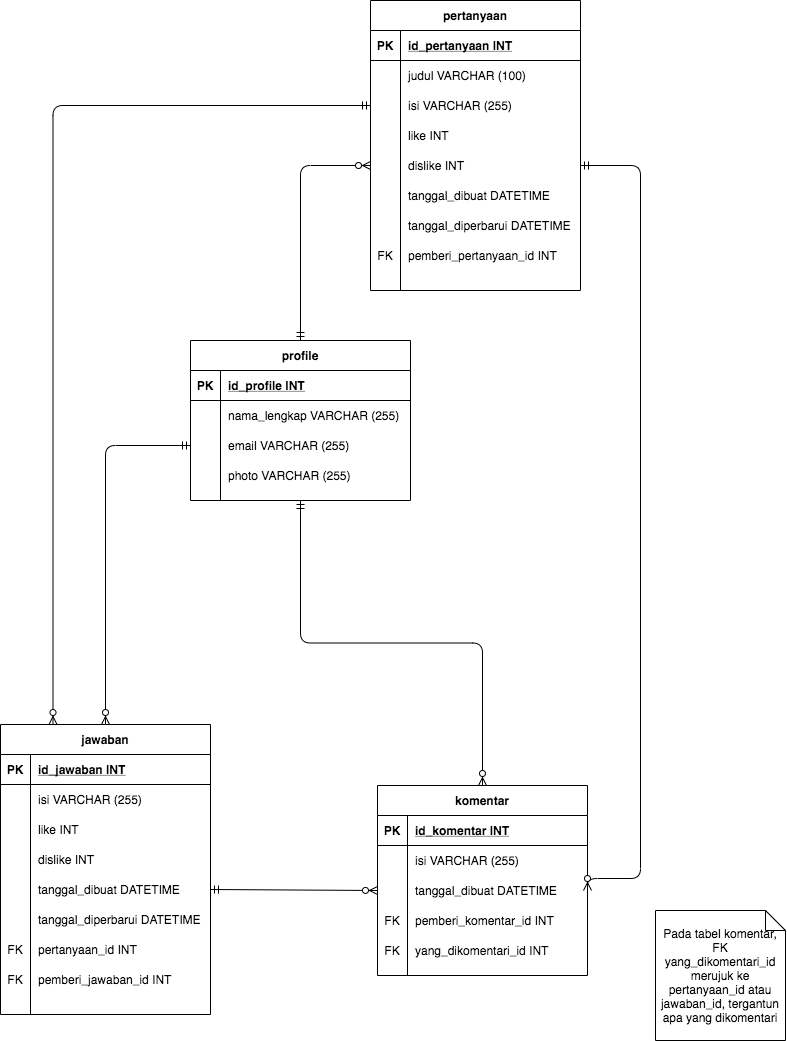
This is Untitled Diagram.png from rizqi-111/sql-sanbercode, a draw.io export, as it was before one commit. Source tidied: cells renumbered, new cells last; positions are measured from the earlier drawing's top-left corner, leaving out a move shared by most shapes. Source of this version:
```xml
<mxGraphModel>
  <root>
    <mxCell id="0" />
    <mxCell id="1" parent="0" />
    <mxCell id="2" style="group;" parent="1" vertex="1">
      <mxGeometry x="370" width="210" height="230" as="geometry" />
    </mxCell>
    <mxCell id="3" value="pertanyaan" style="shape=table;startSize=30;rowLines=0;fontStyle=1;align=center;" parent="2" vertex="1">
      <mxGeometry width="210" height="290" as="geometry" />
    </mxCell>
    <mxCell id="4" style="shape=partialRectangle;fillColor=none;top=0;left=0;bottom=1;right=0;" parent="3" vertex="1">
      <mxGeometry y="30" width="210" height="30" as="geometry" />
    </mxCell>
    <mxCell id="5" value="PK" style="shape=partialRectangle;fillColor=none;top=0;left=0;bottom=0;right=0;fontStyle=1;overflow=hidden;" parent="4" vertex="1">
      <mxGeometry width="30" height="30" as="geometry" />
    </mxCell>
    <mxCell id="6" value="id_pertanyaan INT" style="shape=partialRectangle;fillColor=none;top=0;left=0;bottom=0;right=0;align=left;spacingLeft=6;fontStyle=5;overflow=hidden;" parent="4" vertex="1">
      <mxGeometry x="30" width="180" height="30" as="geometry" />
    </mxCell>
    <mxCell id="7" style="shape=partialRectangle;fillColor=none;top=0;left=0;bottom=0;right=0;" parent="3" vertex="1">
      <mxGeometry y="60" width="210" height="30" as="geometry" />
    </mxCell>
    <mxCell id="8" style="shape=partialRectangle;fillColor=none;top=0;left=0;bottom=0;right=0;overflow=hidden;" parent="7" vertex="1">
      <mxGeometry width="30" height="30" as="geometry" />
    </mxCell>
    <mxCell id="9" value="judul VARCHAR (100)" style="shape=partialRectangle;fillColor=none;top=0;left=0;bottom=0;right=0;align=left;spacingLeft=6;overflow=hidden;" parent="7" vertex="1">
      <mxGeometry x="30" width="180" height="30" as="geometry" />
    </mxCell>
    <mxCell id="10" style="shape=partialRectangle;fillColor=none;top=0;left=0;bottom=0;right=0;points=[[0,0.5],[1,0.5]];portConstraint=eastwest;" parent="3" vertex="1">
      <mxGeometry y="90" width="210" height="30" as="geometry" />
    </mxCell>
    <mxCell id="11" style="shape=partialRectangle;fillColor=none;top=0;left=0;bottom=0;right=0;overflow=hidden;" parent="10" vertex="1">
      <mxGeometry width="30" height="30" as="geometry" />
    </mxCell>
    <mxCell id="12" value="isi VARCHAR (255)" style="shape=partialRectangle;fillColor=none;top=0;left=0;bottom=0;right=0;align=left;spacingLeft=6;overflow=hidden;" parent="10" vertex="1">
      <mxGeometry x="30" width="180" height="30" as="geometry" />
    </mxCell>
    <mxCell id="13" style="shape=partialRectangle;fillColor=none;top=0;left=0;bottom=0;right=0;" parent="3" vertex="1">
      <mxGeometry y="120" width="210" height="30" as="geometry" />
    </mxCell>
    <mxCell id="14" style="shape=partialRectangle;fillColor=none;top=0;left=0;bottom=0;right=0;overflow=hidden;" parent="13" vertex="1">
      <mxGeometry width="30" height="30" as="geometry" />
    </mxCell>
    <mxCell id="15" value="like INT" style="shape=partialRectangle;fillColor=none;top=0;left=0;bottom=0;right=0;align=left;spacingLeft=6;overflow=hidden;" parent="13" vertex="1">
      <mxGeometry x="30" width="180" height="30" as="geometry" />
    </mxCell>
    <mxCell id="16" style="shape=partialRectangle;fillColor=none;top=0;left=0;bottom=0;right=0;points=[[0,0.5],[1,0.5]];portConstraint=eastwest;" parent="3" vertex="1">
      <mxGeometry y="150" width="210" height="30" as="geometry" />
    </mxCell>
    <mxCell id="17" style="shape=partialRectangle;fillColor=none;top=0;left=0;bottom=0;right=0;overflow=hidden;" parent="16" vertex="1">
      <mxGeometry width="30" height="30" as="geometry" />
    </mxCell>
    <mxCell id="18" value="dislike INT" style="shape=partialRectangle;fillColor=none;top=0;left=0;bottom=0;right=0;align=left;spacingLeft=6;overflow=hidden;" parent="16" vertex="1">
      <mxGeometry x="30" width="180" height="30" as="geometry" />
    </mxCell>
    <mxCell id="19" style="shape=partialRectangle;fillColor=none;top=0;left=0;bottom=0;right=0;" parent="3" vertex="1">
      <mxGeometry y="180" width="210" height="30" as="geometry" />
    </mxCell>
    <mxCell id="20" style="shape=partialRectangle;fillColor=none;top=0;left=0;bottom=0;right=0;overflow=hidden;" parent="19" vertex="1">
      <mxGeometry width="30" height="30" as="geometry" />
    </mxCell>
    <mxCell id="21" value="tanggal_dibuat DATETIME" style="shape=partialRectangle;fillColor=none;top=0;left=0;bottom=0;right=0;align=left;spacingLeft=6;overflow=hidden;" parent="19" vertex="1">
      <mxGeometry x="30" width="180" height="30" as="geometry" />
    </mxCell>
    <mxCell id="22" style="shape=partialRectangle;fillColor=none;top=0;left=0;bottom=0;right=0;" parent="3" vertex="1">
      <mxGeometry y="210" width="210" height="30" as="geometry" />
    </mxCell>
    <mxCell id="23" style="shape=partialRectangle;fillColor=none;top=0;left=0;bottom=0;right=0;overflow=hidden;" parent="22" vertex="1">
      <mxGeometry width="30" height="30" as="geometry" />
    </mxCell>
    <mxCell id="24" value="tanggal_diperbarui DATETIME" style="shape=partialRectangle;fillColor=none;top=0;left=0;bottom=0;right=0;align=left;spacingLeft=6;overflow=hidden;" parent="22" vertex="1">
      <mxGeometry x="30" width="180" height="30" as="geometry" />
    </mxCell>
    <mxCell id="25" style="shape=partialRectangle;fillColor=none;top=0;left=0;bottom=0;right=0;" parent="3" vertex="1">
      <mxGeometry y="240" width="210" height="30" as="geometry" />
    </mxCell>
    <mxCell id="26" value="FK" style="shape=partialRectangle;fillColor=none;top=0;left=0;bottom=0;right=0;fontStyle=0;overflow=hidden;" parent="25" vertex="1">
      <mxGeometry width="30" height="30" as="geometry" />
    </mxCell>
    <mxCell id="27" value="pemberi_pertanyaan_id INT" style="shape=partialRectangle;fillColor=none;top=0;left=0;bottom=0;right=0;align=left;spacingLeft=6;fontStyle=0;overflow=hidden;" parent="25" vertex="1">
      <mxGeometry x="30" width="180" height="30" as="geometry" />
    </mxCell>
    <mxCell id="28" style="shape=partialRectangle;fillColor=none;top=0;left=0;bottom=0;right=0;" parent="2" vertex="1">
      <mxGeometry y="155" width="200" height="30" as="geometry" />
    </mxCell>
    <mxCell id="29" style="shape=partialRectangle;fillColor=none;top=0;left=0;bottom=0;right=0;overflow=hidden;" parent="28" vertex="1">
      <mxGeometry width="30" height="30" as="geometry" />
    </mxCell>
    <mxCell id="30" style="fontSize=12;html=1;endArrow=ERzeroToMany;startArrow=ERmandOne;exitX=0.5;exitY=0;exitDx=0;exitDy=0;entryX=0;entryY=0.5;entryDx=0;entryDy=0;edgeStyle=orthogonalEdgeStyle;" parent="1" edge="1" source="76" target="16">
      <mxGeometry relative="1" as="geometry" />
    </mxCell>
    <mxCell id="31" style="fontSize=12;html=1;endArrow=ERzeroToMany;startArrow=ERmandOne;exitX=0.5;exitY=1;exitDx=0;exitDy=0;entryX=0.5;entryY=0;entryDx=0;entryDy=0;edgeStyle=orthogonalEdgeStyle;" parent="1" edge="1" source="76" target="60">
      <mxGeometry relative="1" as="geometry" />
    </mxCell>
    <mxCell id="32" style="fontSize=12;html=1;endArrow=ERzeroToMany;startArrow=ERmandOne;entryX=0;entryY=0.5;entryDx=0;entryDy=0;exitX=1;exitY=0.5;exitDx=0;exitDy=0;" parent="1" edge="1" source="48" target="67">
      <mxGeometry relative="1" as="geometry" />
    </mxCell>
    <mxCell id="33" style="fontSize=12;html=1;endArrow=ERzeroToMany;startArrow=ERmandOne;exitX=0;exitY=0.5;exitDx=0;exitDy=0;entryX=0.5;entryY=0;entryDx=0;entryDy=0;edgeStyle=orthogonalEdgeStyle;" parent="1" edge="1" source="83" target="35">
      <mxGeometry relative="1" as="geometry" />
    </mxCell>
    <mxCell id="34" style="fontSize=12;html=1;endArrow=ERzeroToMany;startArrow=ERmandOne;exitX=0;exitY=0.5;exitDx=0;exitDy=0;entryX=0.25;entryY=0;entryDx=0;entryDy=0;edgeStyle=orthogonalEdgeStyle;" parent="1" edge="1" source="10" target="35">
      <mxGeometry relative="1" as="geometry" />
    </mxCell>
    <mxCell id="35" value="jawaban" style="shape=table;startSize=30;rowLines=0;fontStyle=1;align=center;" parent="1" vertex="1">
      <mxGeometry y="724" width="210" height="290" as="geometry" />
    </mxCell>
    <mxCell id="36" style="shape=partialRectangle;fillColor=none;top=0;left=0;bottom=1;right=0;" parent="35" vertex="1">
      <mxGeometry y="30" width="210" height="30" as="geometry" />
    </mxCell>
    <mxCell id="37" value="PK" style="shape=partialRectangle;fillColor=none;top=0;left=0;bottom=0;right=0;fontStyle=1;overflow=hidden;" parent="36" vertex="1">
      <mxGeometry width="30" height="30" as="geometry" />
    </mxCell>
    <mxCell id="38" value="id_jawaban INT" style="shape=partialRectangle;fillColor=none;top=0;left=0;bottom=0;right=0;align=left;spacingLeft=6;fontStyle=5;overflow=hidden;" parent="36" vertex="1">
      <mxGeometry x="30" width="180" height="30" as="geometry" />
    </mxCell>
    <mxCell id="39" style="shape=partialRectangle;fillColor=none;top=0;left=0;bottom=0;right=0;" parent="35" vertex="1">
      <mxGeometry y="60" width="210" height="30" as="geometry" />
    </mxCell>
    <mxCell id="40" style="shape=partialRectangle;fillColor=none;top=0;left=0;bottom=0;right=0;overflow=hidden;" parent="39" vertex="1">
      <mxGeometry width="30" height="30" as="geometry" />
    </mxCell>
    <mxCell id="41" value="isi VARCHAR (255)" style="shape=partialRectangle;fillColor=none;top=0;left=0;bottom=0;right=0;align=left;spacingLeft=6;overflow=hidden;" parent="39" vertex="1">
      <mxGeometry x="30" width="180" height="30" as="geometry" />
    </mxCell>
    <mxCell id="42" style="shape=partialRectangle;fillColor=none;top=0;left=0;bottom=0;right=0;" parent="35" vertex="1">
      <mxGeometry y="90" width="210" height="30" as="geometry" />
    </mxCell>
    <mxCell id="43" style="shape=partialRectangle;fillColor=none;top=0;left=0;bottom=0;right=0;overflow=hidden;" parent="42" vertex="1">
      <mxGeometry width="30" height="30" as="geometry" />
    </mxCell>
    <mxCell id="44" value="like INT" style="shape=partialRectangle;fillColor=none;top=0;left=0;bottom=0;right=0;align=left;spacingLeft=6;overflow=hidden;" parent="42" vertex="1">
      <mxGeometry x="30" width="180" height="30" as="geometry" />
    </mxCell>
    <mxCell id="45" style="shape=partialRectangle;fillColor=none;top=0;left=0;bottom=0;right=0;" parent="35" vertex="1">
      <mxGeometry y="120" width="210" height="30" as="geometry" />
    </mxCell>
    <mxCell id="46" style="shape=partialRectangle;fillColor=none;top=0;left=0;bottom=0;right=0;overflow=hidden;" parent="45" vertex="1">
      <mxGeometry width="30" height="30" as="geometry" />
    </mxCell>
    <mxCell id="47" value="dislike INT" style="shape=partialRectangle;fillColor=none;top=0;left=0;bottom=0;right=0;align=left;spacingLeft=6;overflow=hidden;" parent="45" vertex="1">
      <mxGeometry x="30" width="180" height="30" as="geometry" />
    </mxCell>
    <mxCell id="48" style="shape=partialRectangle;fillColor=none;top=0;left=0;bottom=0;right=0;points=[[0,0.5],[1,0.5]];portConstraint=eastwest;" parent="35" vertex="1">
      <mxGeometry y="150" width="210" height="30" as="geometry" />
    </mxCell>
    <mxCell id="49" style="shape=partialRectangle;fillColor=none;top=0;left=0;bottom=0;right=0;overflow=hidden;" parent="48" vertex="1">
      <mxGeometry width="30" height="30" as="geometry" />
    </mxCell>
    <mxCell id="50" value="tanggal_dibuat DATETIME" style="shape=partialRectangle;fillColor=none;top=0;left=0;bottom=0;right=0;align=left;spacingLeft=6;overflow=hidden;" parent="48" vertex="1">
      <mxGeometry x="30" width="180" height="30" as="geometry" />
    </mxCell>
    <mxCell id="51" style="shape=partialRectangle;fillColor=none;top=0;left=0;bottom=0;right=0;" parent="35" vertex="1">
      <mxGeometry y="180" width="210" height="30" as="geometry" />
    </mxCell>
    <mxCell id="52" style="shape=partialRectangle;fillColor=none;top=0;left=0;bottom=0;right=0;overflow=hidden;" parent="51" vertex="1">
      <mxGeometry width="30" height="30" as="geometry" />
    </mxCell>
    <mxCell id="53" value="tanggal_diperbarui DATETIME" style="shape=partialRectangle;fillColor=none;top=0;left=0;bottom=0;right=0;align=left;spacingLeft=6;overflow=hidden;" parent="51" vertex="1">
      <mxGeometry x="30" width="180" height="30" as="geometry" />
    </mxCell>
    <mxCell id="54" style="shape=partialRectangle;fillColor=none;top=0;left=0;bottom=0;right=0;" parent="35" vertex="1">
      <mxGeometry y="210" width="210" height="30" as="geometry" />
    </mxCell>
    <mxCell id="55" value="FK" style="shape=partialRectangle;fillColor=none;top=0;left=0;bottom=0;right=0;fontStyle=0;overflow=hidden;" parent="54" vertex="1">
      <mxGeometry width="30" height="30" as="geometry" />
    </mxCell>
    <mxCell id="56" value="pertanyaan_id INT" style="shape=partialRectangle;fillColor=none;top=0;left=0;bottom=0;right=0;align=left;spacingLeft=6;fontStyle=0;overflow=hidden;" parent="54" vertex="1">
      <mxGeometry x="30" width="180" height="30" as="geometry" />
    </mxCell>
    <mxCell id="57" style="shape=partialRectangle;fillColor=none;top=0;left=0;bottom=0;right=0;" parent="35" vertex="1">
      <mxGeometry y="240" width="210" height="30" as="geometry" />
    </mxCell>
    <mxCell id="58" value="FK" style="shape=partialRectangle;fillColor=none;top=0;left=0;bottom=0;right=0;fontStyle=0;overflow=hidden;" parent="57" vertex="1">
      <mxGeometry width="30" height="30" as="geometry" />
    </mxCell>
    <mxCell id="59" value="pemberi_jawaban_id INT" style="shape=partialRectangle;fillColor=none;top=0;left=0;bottom=0;right=0;align=left;spacingLeft=6;fontStyle=0;overflow=hidden;" parent="57" vertex="1">
      <mxGeometry x="30" width="180" height="30" as="geometry" />
    </mxCell>
    <mxCell id="60" value="komentar" style="shape=table;startSize=30;rowLines=0;fontStyle=1;align=center;" parent="1" vertex="1">
      <mxGeometry x="377" y="785" width="210" height="190" as="geometry" />
    </mxCell>
    <mxCell id="61" style="shape=partialRectangle;fillColor=none;top=0;left=0;bottom=1;right=0;" parent="60" vertex="1">
      <mxGeometry y="30" width="210" height="30" as="geometry" />
    </mxCell>
    <mxCell id="62" value="PK" style="shape=partialRectangle;fillColor=none;top=0;left=0;bottom=0;right=0;fontStyle=1;overflow=hidden;" parent="61" vertex="1">
      <mxGeometry width="30" height="30" as="geometry" />
    </mxCell>
    <mxCell id="63" value="id_komentar INT" style="shape=partialRectangle;fillColor=none;top=0;left=0;bottom=0;right=0;align=left;spacingLeft=6;fontStyle=5;overflow=hidden;" parent="61" vertex="1">
      <mxGeometry x="30" width="180" height="30" as="geometry" />
    </mxCell>
    <mxCell id="64" style="shape=partialRectangle;fillColor=none;top=0;left=0;bottom=0;right=0;" parent="60" vertex="1">
      <mxGeometry y="60" width="210" height="30" as="geometry" />
    </mxCell>
    <mxCell id="65" style="shape=partialRectangle;fillColor=none;top=0;left=0;bottom=0;right=0;overflow=hidden;" parent="64" vertex="1">
      <mxGeometry width="30" height="30" as="geometry" />
    </mxCell>
    <mxCell id="66" value="isi VARCHAR (255)" style="shape=partialRectangle;fillColor=none;top=0;left=0;bottom=0;right=0;align=left;spacingLeft=6;overflow=hidden;" parent="64" vertex="1">
      <mxGeometry x="30" width="180" height="30" as="geometry" />
    </mxCell>
    <mxCell id="67" style="shape=partialRectangle;fillColor=none;top=0;left=0;bottom=0;right=0;points=[[0,0.5],[1,0.5]];portConstraint=eastwest;" parent="60" vertex="1">
      <mxGeometry y="90" width="210" height="30" as="geometry" />
    </mxCell>
    <mxCell id="68" style="shape=partialRectangle;fillColor=none;top=0;left=0;bottom=0;right=0;overflow=hidden;" parent="67" vertex="1">
      <mxGeometry width="30" height="30" as="geometry" />
    </mxCell>
    <mxCell id="69" value="tanggal_dibuat DATETIME" style="shape=partialRectangle;fillColor=none;top=0;left=0;bottom=0;right=0;align=left;spacingLeft=6;overflow=hidden;" parent="67" vertex="1">
      <mxGeometry x="30" width="180" height="30" as="geometry" />
    </mxCell>
    <mxCell id="70" style="shape=partialRectangle;fillColor=none;top=0;left=0;bottom=0;right=0;" parent="60" vertex="1">
      <mxGeometry y="120" width="210" height="30" as="geometry" />
    </mxCell>
    <mxCell id="71" value="FK" style="shape=partialRectangle;fillColor=none;top=0;left=0;bottom=0;right=0;fontStyle=0;overflow=hidden;" parent="70" vertex="1">
      <mxGeometry width="30" height="30" as="geometry" />
    </mxCell>
    <mxCell id="72" value="pemberi_komentar_id INT" style="shape=partialRectangle;fillColor=none;top=0;left=0;bottom=0;right=0;align=left;spacingLeft=6;fontStyle=0;overflow=hidden;" parent="70" vertex="1">
      <mxGeometry x="30" width="180" height="30" as="geometry" />
    </mxCell>
    <mxCell id="73" style="shape=partialRectangle;fillColor=none;top=0;left=0;bottom=0;right=0;" parent="60" vertex="1">
      <mxGeometry y="150" width="210" height="30" as="geometry" />
    </mxCell>
    <mxCell id="74" value="FK" style="shape=partialRectangle;fillColor=none;top=0;left=0;bottom=0;right=0;fontStyle=0;overflow=hidden;" parent="73" vertex="1">
      <mxGeometry width="30" height="30" as="geometry" />
    </mxCell>
    <mxCell id="75" value="yang_dikomentari_id INT" style="shape=partialRectangle;fillColor=none;top=0;left=0;bottom=0;right=0;align=left;spacingLeft=6;fontStyle=0;overflow=hidden;" parent="73" vertex="1">
      <mxGeometry x="30" width="180" height="30" as="geometry" />
    </mxCell>
    <mxCell id="76" value="profile" style="shape=table;startSize=30;rowLines=0;fontStyle=1;align=center;" parent="1" vertex="1">
      <mxGeometry x="190" y="340" width="220" height="160" as="geometry" />
    </mxCell>
    <mxCell id="77" style="shape=partialRectangle;fillColor=none;top=0;left=0;bottom=1;right=0;" parent="76" vertex="1">
      <mxGeometry y="30" width="220" height="30" as="geometry" />
    </mxCell>
    <mxCell id="78" value="PK" style="shape=partialRectangle;fillColor=none;top=0;left=0;bottom=0;right=0;fontStyle=1;overflow=hidden;" parent="77" vertex="1">
      <mxGeometry width="30" height="30" as="geometry" />
    </mxCell>
    <mxCell id="79" value="id_profile INT" style="shape=partialRectangle;fillColor=none;top=0;left=0;bottom=0;right=0;align=left;spacingLeft=6;fontStyle=5;overflow=hidden;" parent="77" vertex="1">
      <mxGeometry x="30" width="190" height="30" as="geometry" />
    </mxCell>
    <mxCell id="80" style="shape=partialRectangle;fillColor=none;top=0;left=0;bottom=0;right=0;" parent="76" vertex="1">
      <mxGeometry y="60" width="220" height="30" as="geometry" />
    </mxCell>
    <mxCell id="81" style="shape=partialRectangle;fillColor=none;top=0;left=0;bottom=0;right=0;overflow=hidden;" parent="80" vertex="1">
      <mxGeometry width="30" height="30" as="geometry" />
    </mxCell>
    <mxCell id="82" value="nama_lengkap VARCHAR (255)" style="shape=partialRectangle;fillColor=none;top=0;left=0;bottom=0;right=0;align=left;spacingLeft=6;overflow=hidden;" parent="80" vertex="1">
      <mxGeometry x="30" width="190" height="30" as="geometry" />
    </mxCell>
    <mxCell id="83" style="shape=partialRectangle;fillColor=none;top=0;left=0;bottom=0;right=0;points=[[0,0.5],[1,0.5]];portConstraint=eastwest;" parent="76" vertex="1">
      <mxGeometry y="90" width="220" height="30" as="geometry" />
    </mxCell>
    <mxCell id="84" style="shape=partialRectangle;fillColor=none;top=0;left=0;bottom=0;right=0;overflow=hidden;" parent="83" vertex="1">
      <mxGeometry width="30" height="30" as="geometry" />
    </mxCell>
    <mxCell id="85" value="email VARCHAR (255)" style="shape=partialRectangle;fillColor=none;top=0;left=0;bottom=0;right=0;align=left;spacingLeft=6;overflow=hidden;" parent="83" vertex="1">
      <mxGeometry x="30" width="190" height="30" as="geometry" />
    </mxCell>
    <mxCell id="86" style="shape=partialRectangle;fillColor=none;top=0;left=0;bottom=0;right=0;" parent="76" vertex="1">
      <mxGeometry y="120" width="220" height="30" as="geometry" />
    </mxCell>
    <mxCell id="87" style="shape=partialRectangle;fillColor=none;top=0;left=0;bottom=0;right=0;overflow=hidden;" parent="86" vertex="1">
      <mxGeometry width="30" height="30" as="geometry" />
    </mxCell>
    <mxCell id="88" value="photo VARCHAR (255)" style="shape=partialRectangle;fillColor=none;top=0;left=0;bottom=0;right=0;align=left;spacingLeft=6;overflow=hidden;" parent="86" vertex="1">
      <mxGeometry x="30" width="190" height="30" as="geometry" />
    </mxCell>
    <mxCell id="89" style="fontSize=12;html=1;endArrow=ERzeroToMany;startArrow=ERmandOne;exitX=1;exitY=0.5;exitDx=0;exitDy=0;entryX=1;entryY=0.5;entryDx=0;entryDy=0;edgeStyle=orthogonalEdgeStyle;" parent="1" edge="1" source="16" target="67">
      <mxGeometry relative="1" as="geometry">
        <Array as="points">
          <mxPoint x="640" y="165" />
          <mxPoint x="640" y="878" />
        </Array>
      </mxGeometry>
    </mxCell>
    <mxCell id="90" value="Pada tabel komentar, FK yang_dikomentari_id merujuk ke pertanyaan_id atau jawaban_id, tergantun apa yang dikomentari" style="shape=note;size=20;whiteSpace=wrap;html=1;" parent="1" vertex="1">
      <mxGeometry x="655" y="910" width="130" height="130" as="geometry" />
    </mxCell>
  </root>
</mxGraphModel>
```
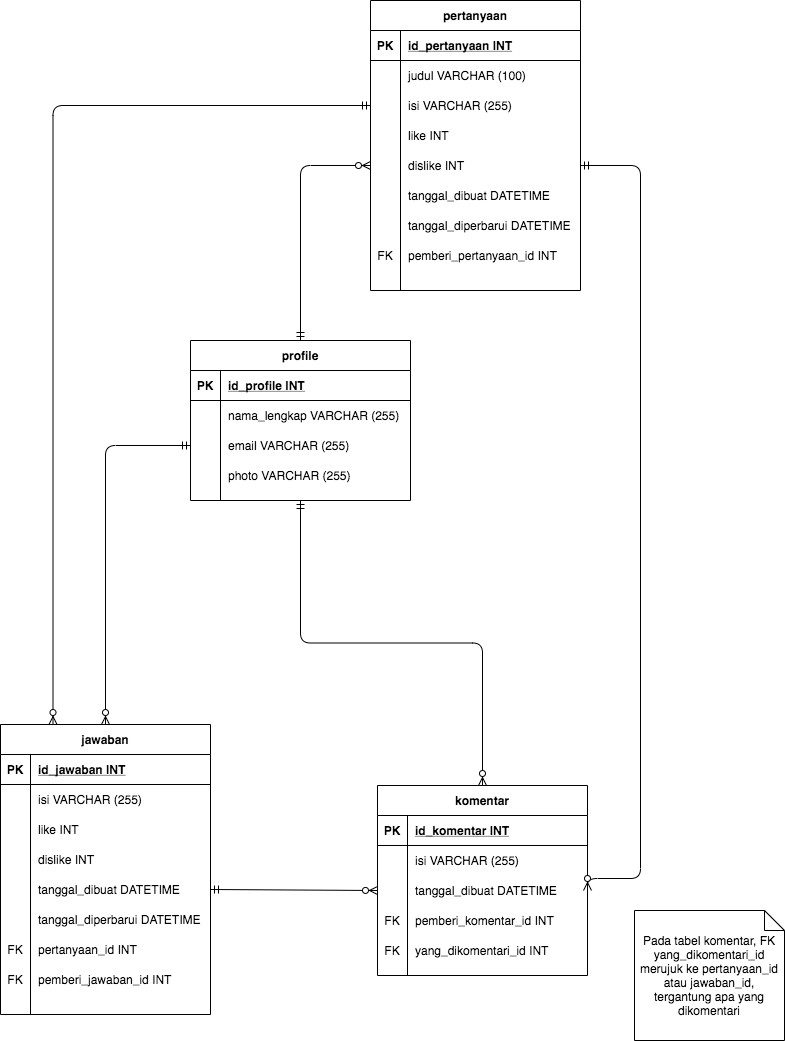
The same diagram one commit later.

The edit, as a diff of the source:
```diff
@@ -271,8 +271,8 @@
         </Array>
       </mxGeometry>
     </mxCell>
-    <mxCell id="90" value="Pada tabel komentar, FK yang_dikomentari_id merujuk ke pertanyaan_id atau jawaban_id, tergantun apa yang dikomentari" style="shape=note;size=20;whiteSpace=wrap;html=1;" parent="1" vertex="1">
-      <mxGeometry x="655" y="910" width="130" height="130" as="geometry" />
+    <mxCell id="90" value="Pada tabel komentar, FK yang_dikomentari_id merujuk ke pertanyaan_id atau jawaban_id, tergantung apa yang dikomentari" style="shape=note;size=20;whiteSpace=wrap;html=1;" parent="1" vertex="1">
+      <mxGeometry x="634" y="910" width="150" height="130" as="geometry" />
     </mxCell>
   </root>
 </mxGraphModel>
```
